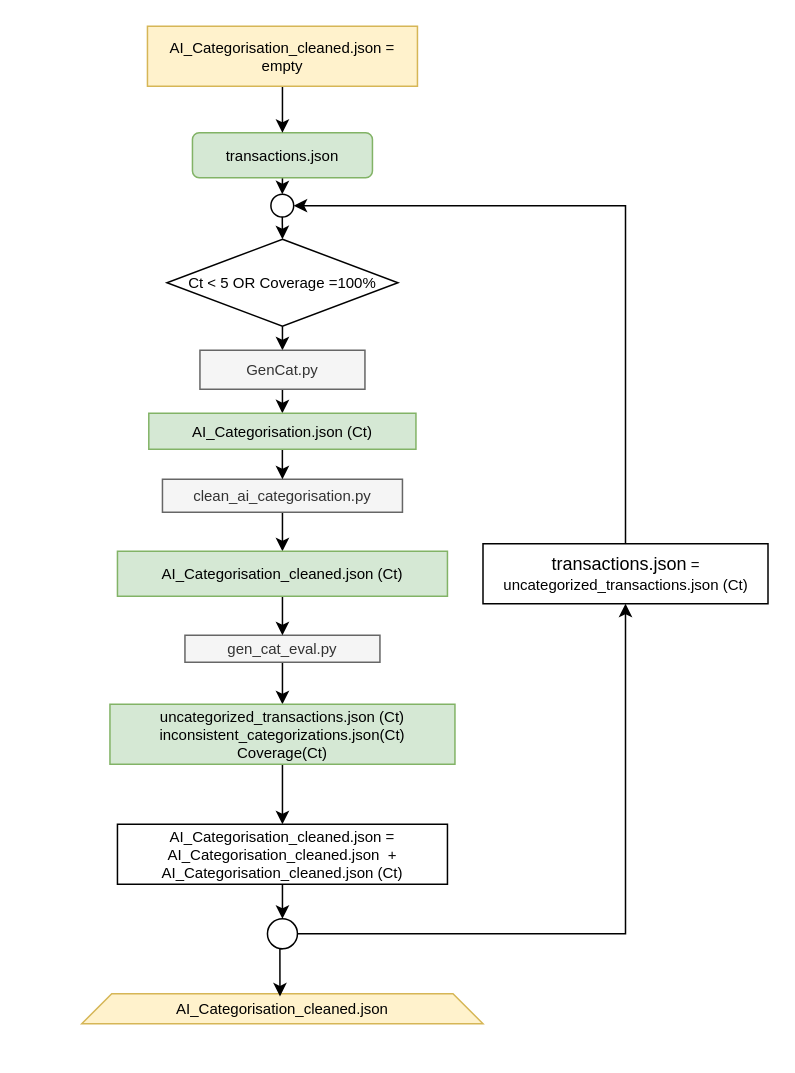
Earlier version of the draw.io diagram FinTrack/06_documentation/source/_static/AI_Loop.drawio (TrivicM/FinTrack). Source tidied: cells renumbered, new cells numbered last; positions are measured from the earlier drawing's top-left corner, leaving out a move shared by most shapes. Both pictures are drawn from the tidied source at 150%, with x=0, y=0 at pixel (81, 26).
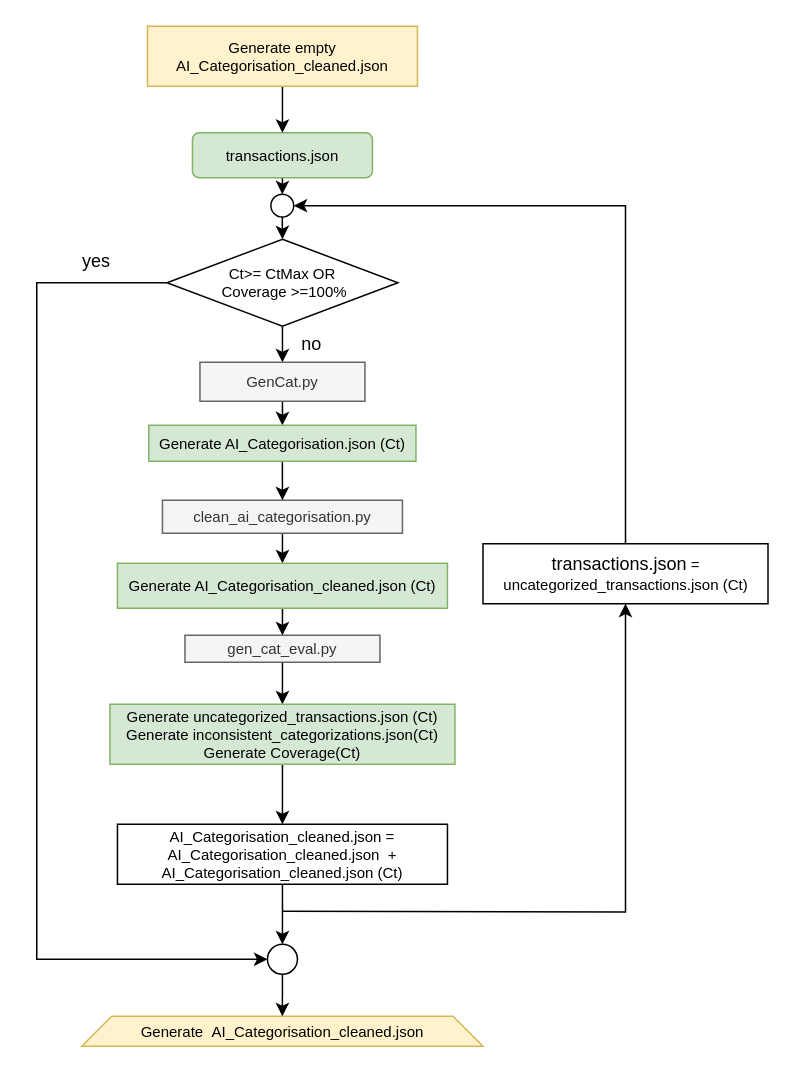
The same page after the edit.

The change refers to these unchanged cells:
```xml
<mxCell id="22" value="&lt;span style=&quot;font-size: 12px;&quot;&gt;transactions.json&lt;/span&gt;&amp;nbsp;= uncategorized_transactions.json (Ct)" style="whiteSpace=wrap;html=1;fontSize=10;" parent="1" vertex="1">
  <mxGeometry x="267.5" y="345" width="190" height="40" as="geometry" />
</mxCell>
```

Diff of the diagram source:
```diff
@@
-    <mxCell id="2" value="&lt;span style=&quot;font-size: 10px;&quot;&gt;AI_Categorisation_cleaned.json&lt;/span&gt;" style="shape=trapezoid;perimeter=trapezoidPerimeter;whiteSpace=wrap;html=1;fixedSize=1;fillColor=#fff2cc;strokeColor=#d6b656;" parent="1" vertex="1">
-      <mxGeometry y="645" width="267.5" height="20" as="geometry" />
+    <mxCell id="2" value="&lt;span style=&quot;font-size: 10px;&quot;&gt;Generate&amp;nbsp;&amp;nbsp;&lt;/span&gt;&lt;span style=&quot;font-size: 10px;&quot;&gt;AI_Categorisation_cleaned.json&lt;/span&gt;" style="shape=trapezoid;perimeter=trapezoidPerimeter;whiteSpace=wrap;html=1;fixedSize=1;fillColor=#fff2cc;strokeColor=#d6b656;" parent="1" vertex="1">
+      <mxGeometry y="660" width="267.5" height="20" as="geometry" />
     </mxCell>
@@
+    <mxCell id="30" style="edgeStyle=orthogonalEdgeStyle;rounded=0;jettySize=auto;html=1;exitX=0;exitY=0.5;exitDx=0;exitDy=0;entryX=0;entryY=0.5;entryDx=0;entryDy=0;" parent="1" edge="1" source="4" target="26">
+      <mxGeometry relative="1" as="geometry">
+        <Array as="points">
+          <mxPoint x="-30" y="171" />
+          <mxPoint x="-30" y="622" />
+        </Array>
+      </mxGeometry>
+    </mxCell>
-    <mxCell id="4" value="Ct &amp;lt; 5 OR Coverage =100%" style="rhombus;whiteSpace=wrap;html=1;fontSize=10;" parent="1" vertex="1">
+    <mxCell id="4" value="Ct&amp;gt;= CtMax OR&lt;div&gt;&amp;nbsp;Coverage &amp;gt;=100%&lt;/div&gt;" style="rhombus;whiteSpace=wrap;html=1;fontSize=10;" parent="1" vertex="1">
       <mxGeometry x="56.8" y="142" width="154" height="58" as="geometry" />
     </mxCell>
@@
-    <mxCell id="7" style="edgeStyle=orthogonalEdgeStyle;rounded=0;jettySize=auto;html=1;exitX=0.5;exitY=1;exitDx=0;exitDy=0;entryX=0.5;entryY=0;entryDx=0;entryDy=0;" parent="1" edge="1" source="8" target="29">
-      <mxGeometry relative="1" as="geometry" />
+    <mxCell id="7" style="edgeStyle=orthogonalEdgeStyle;rounded=0;jettySize=auto;html=1;exitX=0.5;exitY=1;exitDx=0;exitDy=0;entryX=0.5;entryY=0;entryDx=0;entryDy=0;" parent="1" edge="1" target="29">
+      <mxGeometry relative="1" as="geometry">
+        <mxPoint x="133.8" y="250" as="sourcePoint" />
+      </mxGeometry>
     </mxCell>
     <mxCell id="8" value="GenCat.py" style="rounded=0;whiteSpace=wrap;html=1;fontSize=10;fillColor=#f5f5f5;fontColor=#333333;strokeColor=#666666;" parent="1" vertex="1">
-      <mxGeometry x="78.8" y="216" width="110" height="26" as="geometry" />
+      <mxGeometry x="78.8" y="224" width="110" height="26" as="geometry" />
     </mxCell>
@@
     <mxCell id="10" value="clean_ai_categorisation.py" style="rounded=0;whiteSpace=wrap;html=1;fontSize=10;fillColor=#f5f5f5;fontColor=#333333;strokeColor=#666666;" parent="1" vertex="1">
-      <mxGeometry x="53.8" y="302" width="160" height="22" as="geometry" />
+      <mxGeometry x="53.8" y="316" width="160" height="22" as="geometry" />
     </mxCell>
@@
-    <mxCell id="12" value="AI_Categorisation_cleaned.json = empty" style="rounded=0;whiteSpace=wrap;html=1;fontSize=10;fillColor=#fff2cc;strokeColor=#d6b656;" parent="1" vertex="1">
+    <mxCell id="12" value="Generate empty AI_Categorisation_cleaned.json" style="rounded=0;whiteSpace=wrap;html=1;fontSize=10;fillColor=#fff2cc;strokeColor=#d6b656;" parent="1" vertex="1">
       <mxGeometry x="43.8" width="180" height="40" as="geometry" />
     </mxCell>
@@
-    <mxCell id="18" value="uncategorized_transactions.json (Ct)&lt;div&gt;inconsistent_categorizations.json(Ct)&lt;/div&gt;&lt;div&gt;Coverage(Ct)&lt;/div&gt;" style="whiteSpace=wrap;html=1;fontSize=10;fillColor=#d5e8d4;strokeColor=#82b366;" parent="1" vertex="1">
+    <mxCell id="18" value="Generate&amp;nbsp;uncategorized_transactions.json (Ct)&lt;div&gt;Generate inconsistent_categorizations.json(Ct)&lt;/div&gt;&lt;div&gt;&lt;span style=&quot;background-color: transparent; color: light-dark(rgb(0, 0, 0), rgb(255, 255, 255));&quot;&gt;Generate&lt;/span&gt;&lt;span style=&quot;background-color: transparent; color: light-dark(rgb(0, 0, 0), rgb(255, 255, 255));&quot;&gt;&amp;nbsp;&lt;/span&gt;Coverage(Ct)&lt;/div&gt;" style="whiteSpace=wrap;html=1;fontSize=10;fillColor=#d5e8d4;strokeColor=#82b366;" parent="1" vertex="1">
       <mxGeometry x="18.8" y="452" width="230" height="40" as="geometry" />
     </mxCell>
@@
-    <mxCell id="20" value="AI_Categorisation_cleaned.json (Ct)" style="whiteSpace=wrap;html=1;fontSize=10;fillColor=#d5e8d4;strokeColor=#82b366;" parent="1" vertex="1">
-      <mxGeometry x="23.8" y="350" width="220" height="30" as="geometry" />
+    <mxCell id="20" value="Generate AI_Categorisation_cleaned.json (Ct)" style="whiteSpace=wrap;html=1;fontSize=10;fillColor=#d5e8d4;strokeColor=#82b366;" parent="1" vertex="1">
+      <mxGeometry x="23.8" y="358" width="220" height="30" as="geometry" />
     </mxCell>
@@
-    <mxCell id="25" style="edgeStyle=orthogonalEdgeStyle;rounded=0;jettySize=auto;html=1;exitX=1;exitY=0.5;exitDx=0;exitDy=0;entryX=0.5;entryY=1;entryDx=0;entryDy=0;" parent="1" edge="1" source="26" target="22">
-      <mxGeometry relative="1" as="geometry" />
-    </mxCell>
+    <mxCell id="31" style="edgeStyle=orthogonalEdgeStyle;rounded=0;jettySize=auto;html=1;entryX=0.5;entryY=1;entryDx=0;entryDy=0;" parent="1" edge="1" target="22">
+      <mxGeometry relative="1" as="geometry">
+        <mxPoint x="134" y="590" as="sourcePoint" />
+      </mxGeometry>
+    </mxCell>
+    <mxCell id="27" style="edgeStyle=orthogonalEdgeStyle;rounded=0;jettySize=auto;html=1;exitX=0.5;exitY=1;exitDx=0;exitDy=0;entryX=0.5;entryY=0;entryDx=0;entryDy=0;" parent="1" edge="1" source="26" target="2">
+      <mxGeometry relative="1" as="geometry" />
+    </mxCell>
     <mxCell id="26" style="ellipse;whiteSpace=wrap;html=1;" parent="1" vertex="1">
-      <mxGeometry x="123.8" y="595" width="20" height="20" as="geometry" />
+      <mxGeometry x="123.8" y="612" width="20" height="20" as="geometry" />
     </mxCell>
-    <mxCell id="27" style="edgeStyle=orthogonalEdgeStyle;rounded=0;jettySize=auto;html=1;exitX=0.5;exitY=1;exitDx=0;exitDy=0;entryX=0.494;entryY=0.088;entryDx=0;entryDy=0;entryPerimeter=0;" parent="1" edge="1" source="26" target="2">
-      <mxGeometry relative="1" as="geometry" />
-    </mxCell>
@@
-    <mxCell id="29" value="AI_Categorisation.json (Ct)" style="whiteSpace=wrap;html=1;fontSize=10;fillColor=#d5e8d4;strokeColor=#82b366;" parent="1" vertex="1">
-      <mxGeometry x="44.7" y="258" width="178.1" height="24" as="geometry" />
+    <mxCell id="29" value="Generate AI_Categorisation.json (Ct)" style="whiteSpace=wrap;html=1;fontSize=10;fillColor=#d5e8d4;strokeColor=#82b366;" parent="1" vertex="1">
+      <mxGeometry x="44.7" y="266" width="178.1" height="24" as="geometry" />
     </mxCell>
+    <mxCell id="32" value="yes" style="text;html=1;align=center;verticalAlign=middle;whiteSpace=wrap;rounded=0;" parent="1" vertex="1">
+      <mxGeometry x="-20" y="142" width="60" height="30" as="geometry" />
+    </mxCell>
+    <mxCell id="33" value="no" style="text;html=1;align=center;verticalAlign=middle;strokeColor=none;fillColor=none;" parent="1" vertex="1">
+      <mxGeometry x="133" y="197" width="40" height="30" as="geometry" />
+    </mxCell>
```
